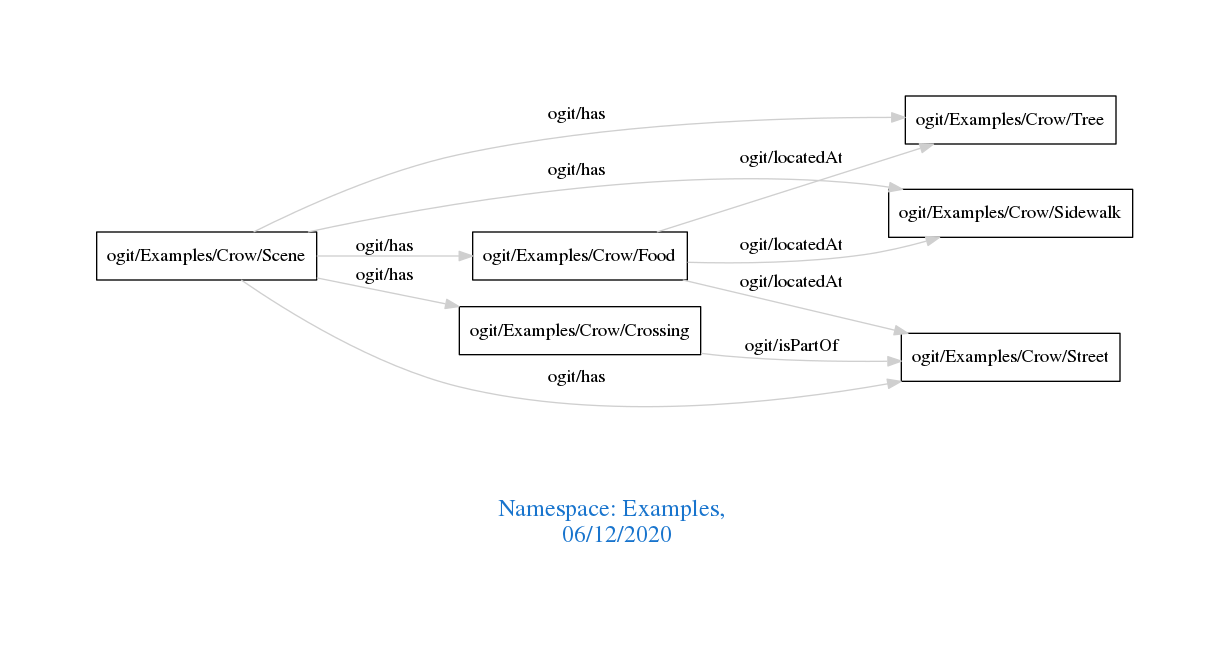
Before: downloads/Examples.png, a diagram exported from Graphviz (arago/OGIT). Its source is kept beside it as downloads/Examples.dot.
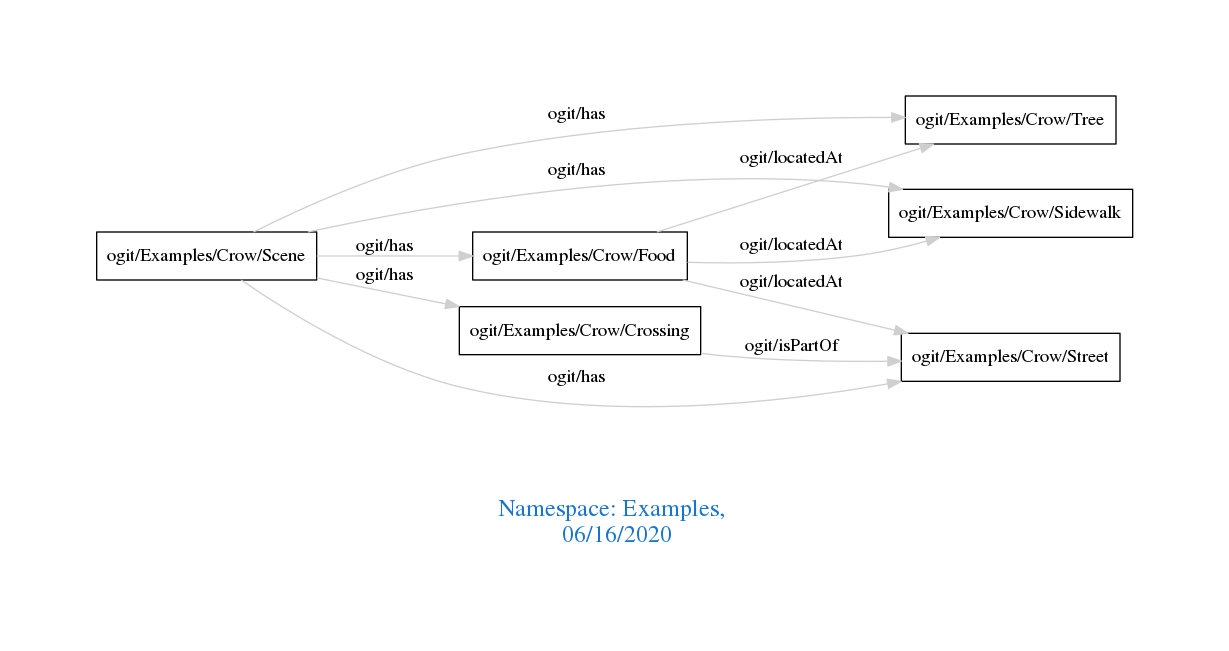
The same diagram one commit later.

Change to the diagram source:
```diff
@@ -1,7 +1,7 @@
 digraph OGIT_ontology {
  graph [ rankdir= LR,pad=1
 fontsize = 18,
-fontcolor= dodgerblue3,label = "\n\n\nNamespace: Examples, \n 06/12/2020"];
+fontcolor= dodgerblue3,label = "\n\n\nNamespace: Examples, \n 06/16/2020"];
 node[shape=polygon];
 edge [  color="gray81"];
 
```
